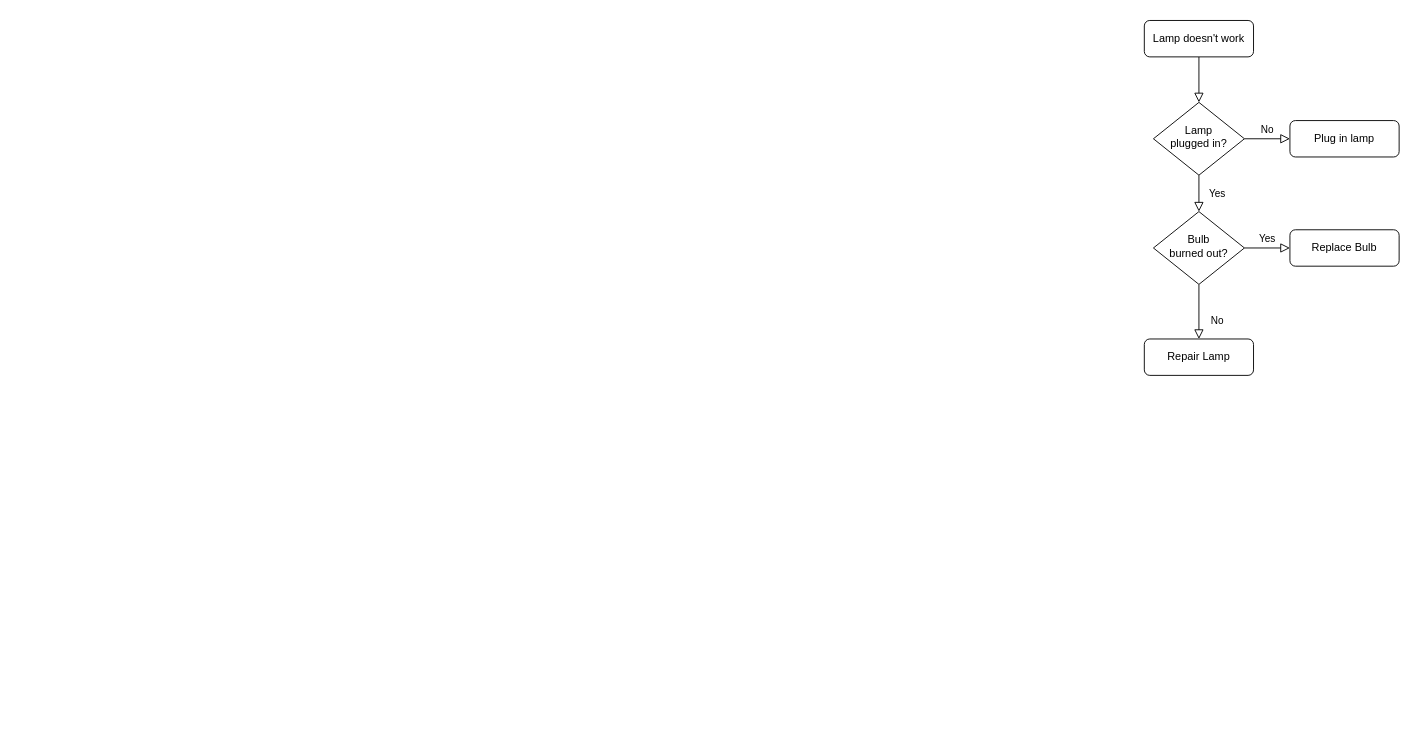
Earlier version of the draw.io diagram architecture.drawio (eth-hackathon/neptune). Source tidied: cells renumbered, new cells numbered last; positions are measured from the earlier drawing's top-left corner, leaving out a move shared by most shapes. Both pictures are drawn from the tidied source at 91%, with x=0, y=0 at pixel (1144, 20).
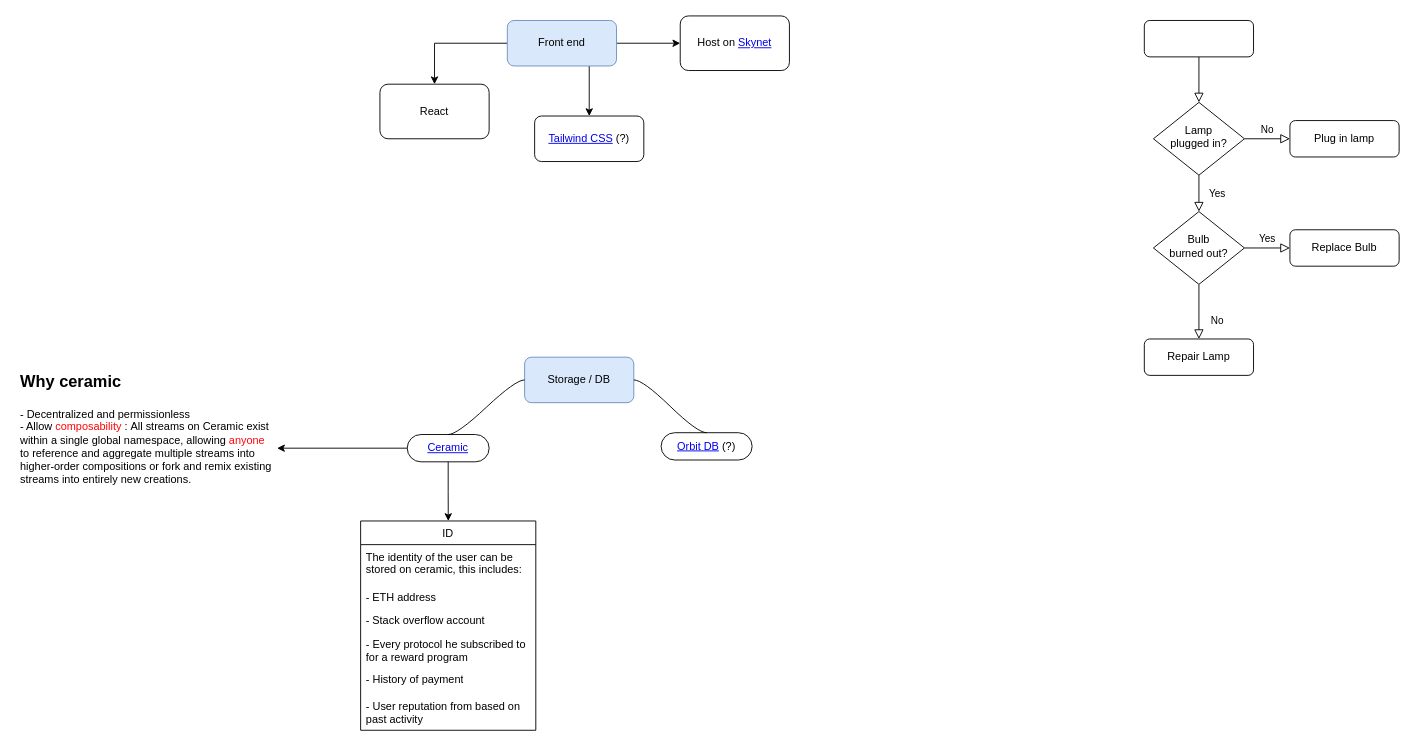
The same page after the edit.

What changed in the source:
```diff
@@
-    <mxCell id="3" value="Lamp doesn't work" style="rounded=1;whiteSpace=wrap;html=1;fontSize=12;glass=0;strokeWidth=1;shadow=0;" parent="1" vertex="1">
+    <mxCell id="3" value="&amp;nbsp; &amp;nbsp; &amp;nbsp; &amp;nbsp;" style="rounded=1;whiteSpace=wrap;html=1;fontSize=12;glass=0;strokeWidth=1;shadow=0;" parent="1" vertex="1">
       <mxGeometry width="120" height="40" as="geometry" />
     </mxCell>
@@
+    <mxCell id="13" style="edgeStyle=orthogonalEdgeStyle;rounded=0;jettySize=auto;html=1;" parent="1" edge="1" source="16" target="17">
+      <mxGeometry relative="1" as="geometry" />
+    </mxCell>
+    <mxCell id="14" style="edgeStyle=orthogonalEdgeStyle;rounded=0;jettySize=auto;html=1;exitX=0.75;exitY=1;exitDx=0;exitDy=0;" parent="1" edge="1" source="16" target="18">
+      <mxGeometry relative="1" as="geometry" />
+    </mxCell>
+    <mxCell id="15" style="edgeStyle=orthogonalEdgeStyle;rounded=0;jettySize=auto;html=1;" parent="1" edge="1" source="16" target="20">
+      <mxGeometry relative="1" as="geometry" />
+    </mxCell>
+    <mxCell id="16" value="Front end" style="rounded=1;whiteSpace=wrap;html=1;fillColor=#dae8fc;strokeColor=#6c8ebf;" parent="1" vertex="1">
+      <mxGeometry x="-700" width="120" height="50" as="geometry" />
+    </mxCell>
+    <mxCell id="17" value="React" style="rounded=1;whiteSpace=wrap;html=1;" parent="1" vertex="1">
+      <mxGeometry x="-840" y="70" width="120" height="60" as="geometry" />
+    </mxCell>
+    <mxCell id="18" value="&lt;a href=&quot;https://tailwindcss.com/&quot;&gt;Tailwind CSS&lt;/a&gt; (?)" style="rounded=1;whiteSpace=wrap;html=1;" parent="1" vertex="1">
+      <mxGeometry x="-670" y="105" width="120" height="50" as="geometry" />
+    </mxCell>
+    <mxCell id="19" value="Storage / DB" style="rounded=1;whiteSpace=wrap;html=1;fillColor=#dae8fc;strokeColor=#6c8ebf;" parent="1" vertex="1">
+      <mxGeometry x="-681" y="370" width="120" height="50" as="geometry" />
+    </mxCell>
+    <mxCell id="20" value="Host on &lt;a href=&quot;https://siasky.net/&quot;&gt;Skynet&lt;/a&gt;" style="whiteSpace=wrap;html=1;rounded=1;" parent="1" vertex="1">
+      <mxGeometry x="-510" y="-5" width="120" height="60" as="geometry" />
+    </mxCell>
+    <mxCell id="21" style="edgeStyle=orthogonalEdgeStyle;rounded=0;jettySize=auto;html=1;" parent="1" edge="1" source="22" target="27">
+      <mxGeometry relative="1" as="geometry" />
+    </mxCell>
+    <mxCell id="22" value="&lt;a href=&quot;https://developers.ceramic.network/learn/welcome/&quot;&gt;Ceramic&lt;/a&gt;" style="whiteSpace=wrap;html=1;rounded=1;arcSize=50;align=center;verticalAlign=middle;strokeWidth=1;spacing=4;newEdgeStyle={&quot;edgeStyle&quot;:&quot;entityRelationEdgeStyle&quot;,&quot;startArrow&quot;:&quot;none&quot;,&quot;endArrow&quot;:&quot;none&quot;,&quot;segment&quot;:10,&quot;curved&quot;:1};" parent="1" vertex="1">
+      <mxGeometry x="-810" y="455" width="90" height="30" as="geometry" />
+    </mxCell>
+    <mxCell id="23" style="edgeStyle=entityRelationEdgeStyle;startArrow=none;endArrow=none;segment=10;curved=1;exitX=0;exitY=0.5;exitDx=0;exitDy=0;entryX=0.5;entryY=0;entryDx=0;entryDy=0;" parent="1" edge="1" source="19" target="22">
+      <mxGeometry relative="1" as="geometry" />
+    </mxCell>
+    <mxCell id="24" value="&lt;a href=&quot;https://github.com/orbitdb/orbit-db&quot;&gt;Orbit DB&lt;/a&gt; (?)" style="whiteSpace=wrap;html=1;rounded=1;arcSize=50;align=center;verticalAlign=middle;strokeWidth=1;spacing=4;newEdgeStyle={&quot;edgeStyle&quot;:&quot;entityRelationEdgeStyle&quot;,&quot;startArrow&quot;:&quot;none&quot;,&quot;endArrow&quot;:&quot;none&quot;,&quot;segment&quot;:10,&quot;curved&quot;:1};" parent="1" vertex="1">
+      <mxGeometry x="-531" y="453" width="100" height="30" as="geometry" />
+    </mxCell>
+    <mxCell id="25" style="edgeStyle=entityRelationEdgeStyle;startArrow=none;endArrow=none;segment=10;curved=1;entryX=0.5;entryY=0;entryDx=0;entryDy=0;" parent="1" edge="1" source="19" target="24">
+      <mxGeometry relative="1" as="geometry" />
+    </mxCell>
+    <mxCell id="26" style="edgeStyle=orthogonalEdgeStyle;rounded=0;jettySize=auto;html=1;exitX=0;exitY=0.5;exitDx=0;exitDy=0;" parent="1" edge="1" source="22" target="34">
+      <mxGeometry relative="1" as="geometry" />
+    </mxCell>
+    <mxCell id="27" value="ID" style="swimlane;fontStyle=0;horizontal=1;startSize=26;" parent="1" vertex="1">
+      <mxGeometry x="-861.2" y="550" width="192.5" height="230" as="geometry" />
+    </mxCell>
+    <mxCell id="28" value="The identity of the user can be stored on ceramic, this includes:" style="text;strokeColor=none;fillColor=none;align=left;verticalAlign=top;spacingLeft=4;spacingRight=4;overflow=hidden;whiteSpace=wrap;" parent="27" vertex="1">
+      <mxGeometry y="26" width="192.5" height="44" as="geometry" />
+    </mxCell>
+    <mxCell id="29" value="- ETH address" style="text;strokeColor=none;fillColor=none;align=left;verticalAlign=top;spacingLeft=4;spacingRight=4;overflow=hidden;" parent="27" vertex="1">
+      <mxGeometry y="70" width="192.5" height="26" as="geometry" />
+    </mxCell>
+    <mxCell id="30" value="- Stack overflow account" style="text;strokeColor=none;fillColor=none;align=left;verticalAlign=top;spacingLeft=4;spacingRight=4;overflow=hidden;" parent="27" vertex="1">
+      <mxGeometry y="96" width="192.5" height="26" as="geometry" />
+    </mxCell>
+    <mxCell id="31" value="- Every protocol he subscribed to for a reward program" style="text;strokeColor=none;fillColor=none;align=left;verticalAlign=top;spacingLeft=4;spacingRight=4;overflow=hidden;whiteSpace=wrap;" parent="27" vertex="1">
+      <mxGeometry y="122" width="192.5" height="38" as="geometry" />
+    </mxCell>
+    <mxCell id="32" value="- History of payment" style="text;strokeColor=none;fillColor=none;align=left;verticalAlign=top;spacingLeft=4;spacingRight=4;overflow=hidden;whiteSpace=wrap;" parent="27" vertex="1">
+      <mxGeometry y="160" width="192.5" height="30" as="geometry" />
+    </mxCell>
+    <mxCell id="33" value="- User reputation from based on past activity" style="text;strokeColor=none;fillColor=none;align=left;verticalAlign=top;spacingLeft=4;spacingRight=4;overflow=hidden;whiteSpace=wrap;" parent="27" vertex="1">
+      <mxGeometry y="190" width="192.5" height="40" as="geometry" />
+    </mxCell>
+    <mxCell id="34" value="&lt;h1&gt;&lt;font style=&quot;font-size: 18px&quot;&gt;Why ceramic&lt;/font&gt;&lt;/h1&gt;&lt;p&gt;- Decentralized and permissionless&lt;br&gt;- Allow &lt;font color=&quot;#ff0303&quot;&gt;composability&lt;/font&gt;&amp;nbsp;:&amp;nbsp;All streams on Ceramic exist within a single global namespace, allowing &lt;font color=&quot;#ff050d&quot;&gt;anyone&lt;/font&gt; to reference and aggregate multiple streams into higher-order compositions or fork and remix existing streams into entirely new creations.&lt;/p&gt;" style="text;html=1;strokeColor=none;fillColor=none;spacing=5;spacingTop=-20;whiteSpace=wrap;overflow=hidden;rounded=0;align=left;" parent="1" vertex="1">
+      <mxGeometry x="-1240" y="375" width="287" height="190" as="geometry" />
+    </mxCell>
```
